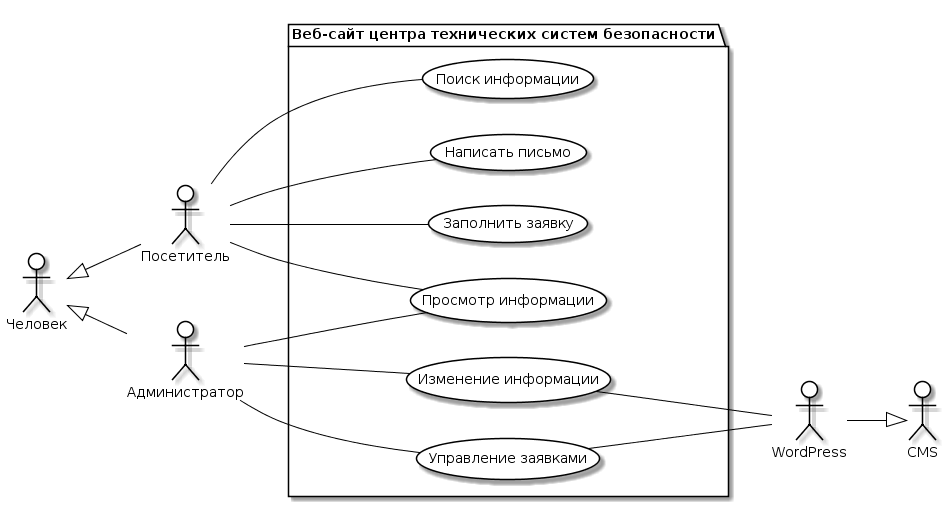
MaiorovP/design2-student-page keeps this PlantUML diagram as File/useCase.png. Above is the earlier version.
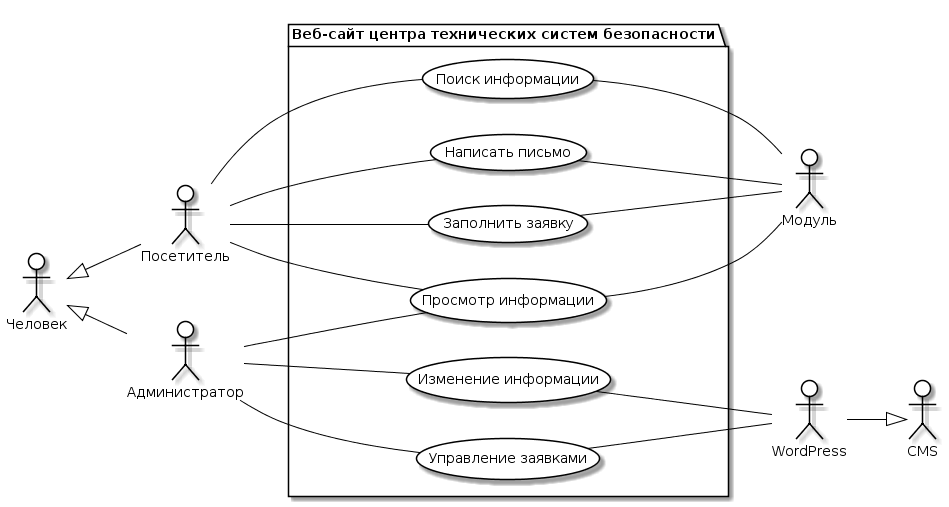
The same file after the commit.

The edit, as a diff of the source:
```diff
@@ -15,6 +15,7 @@
 actor G as "Администратор"
 actor T as "WordPress"
 actor T0 as "CMS"
+actor Mod as "Модуль"
 
 package APP as "Веб-сайт центра технических систем безопасности"{
 usecase A as "Поиск информации"
@@ -37,4 +38,8 @@
 D -- T
 M0 <|-- M
 M0 <|-- G
+A -- Mod
+B -- Mod
+C -- Mod
+I -- Mod
 @enduml
```
